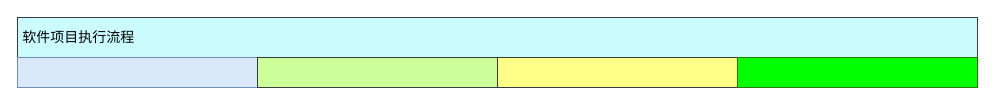
This is 未命名绘图.drawio from pingxinerlun/Demo, a draw.io file, before an edit. Source tidied: cells renumbered, new cells numbered last; positions are measured from the earlier drawing's top-left corner, leaving out a move shared by most shapes. Both pictures are drawn from the tidied source at 100%, with x=0, y=0 at pixel (17, 17).
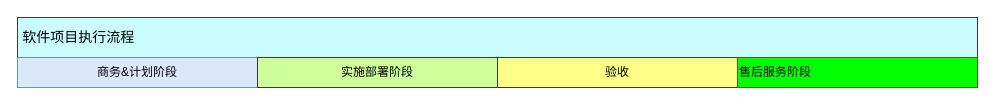
The same page after the edit.

Diff of the diagram source:
```diff
@@
 <mxGraphModel>
   <root>
     <mxCell id="0" />
     <mxCell id="1" parent="0" />
     <mxCell id="2" value="&amp;nbsp;&lt;font style=&quot;font-size: 14px&quot;&gt;软件项目执行流程&lt;/font&gt;" style="rounded=0;whiteSpace=wrap;html=1;strokeColor=#36393d;fillColor=#C9FBFF;align=left;" parent="1" vertex="1">
       <mxGeometry width="960" height="40" as="geometry" />
     </mxCell>
-    <mxCell id="3" style="rounded=0;whiteSpace=wrap;html=1;fillColor=#dae8fc;align=left;strokeColor=#6c8ebf;" parent="1" vertex="1">
+    <mxCell id="3" value="商务&amp;amp;计划阶段" style="rounded=0;whiteSpace=wrap;html=1;fillColor=#dae8fc;align=center;strokeColor=#6c8ebf;" parent="1" vertex="1">
       <mxGeometry y="40" width="240" height="30" as="geometry" />
     </mxCell>
-    <mxCell id="4" style="rounded=0;whiteSpace=wrap;html=1;align=left;strokeColor=#36393d;fillColor=#CCFF99;" parent="1" vertex="1">
+    <mxCell id="4" value="实施部署阶段" style="rounded=0;whiteSpace=wrap;html=1;align=center;strokeColor=#36393d;fillColor=#CCFF99;" parent="1" vertex="1">
       <mxGeometry x="240" y="40" width="240" height="30" as="geometry" />
     </mxCell>
-    <mxCell id="5" style="rounded=0;whiteSpace=wrap;html=1;fillColor=#ffff88;align=left;strokeColor=#36393d;" parent="1" vertex="1">
+    <mxCell id="5" value="验收" style="rounded=0;whiteSpace=wrap;html=1;fillColor=#ffff88;align=center;strokeColor=#36393d;" parent="1" vertex="1">
       <mxGeometry x="480" y="40" width="240" height="30" as="geometry" />
     </mxCell>
-    <mxCell id="6" style="rounded=0;whiteSpace=wrap;html=1;align=left;strokeColor=#2D7600;fontColor=#ffffff;fillColor=#00FF00;" parent="1" vertex="1">
+    <mxCell id="6" value="&lt;font color=&quot;#000000&quot;&gt;售后服务阶段&lt;/font&gt;" style="rounded=0;whiteSpace=wrap;html=1;align=left;strokeColor=#2D7600;fontColor=#ffffff;fillColor=#00FF00;" parent="1" vertex="1">
       <mxGeometry x="720" y="40" width="240" height="30" as="geometry" />
     </mxCell>
   </root>
 </mxGraphModel>
```
